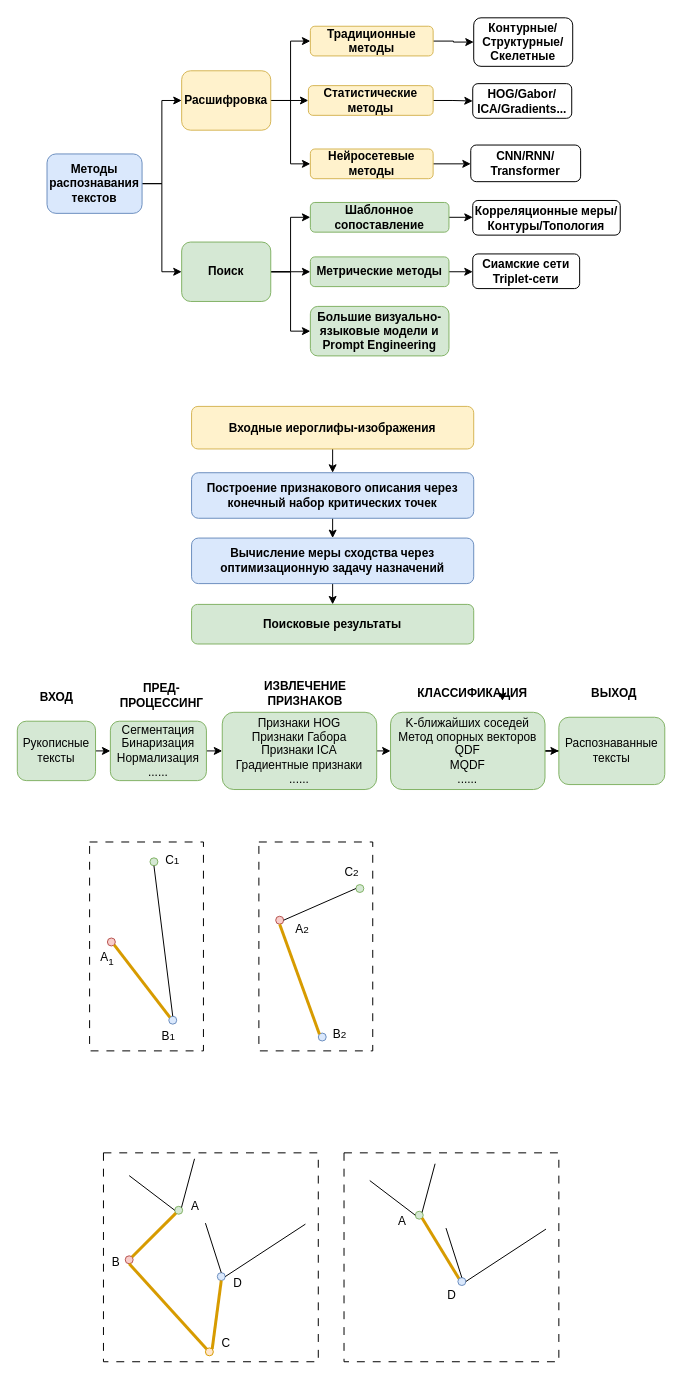
The draw.io diagram images/pics.drawio in mmmiiinnnggg/dissertation, before the edit. Source tidied: cells renumbered, new cells numbered last; positions are measured from the earlier drawing's top-left corner, leaving out a move shared by most shapes. Both pictures are drawn from the tidied source at 99%, with x=0, y=0 at pixel (17, 17).
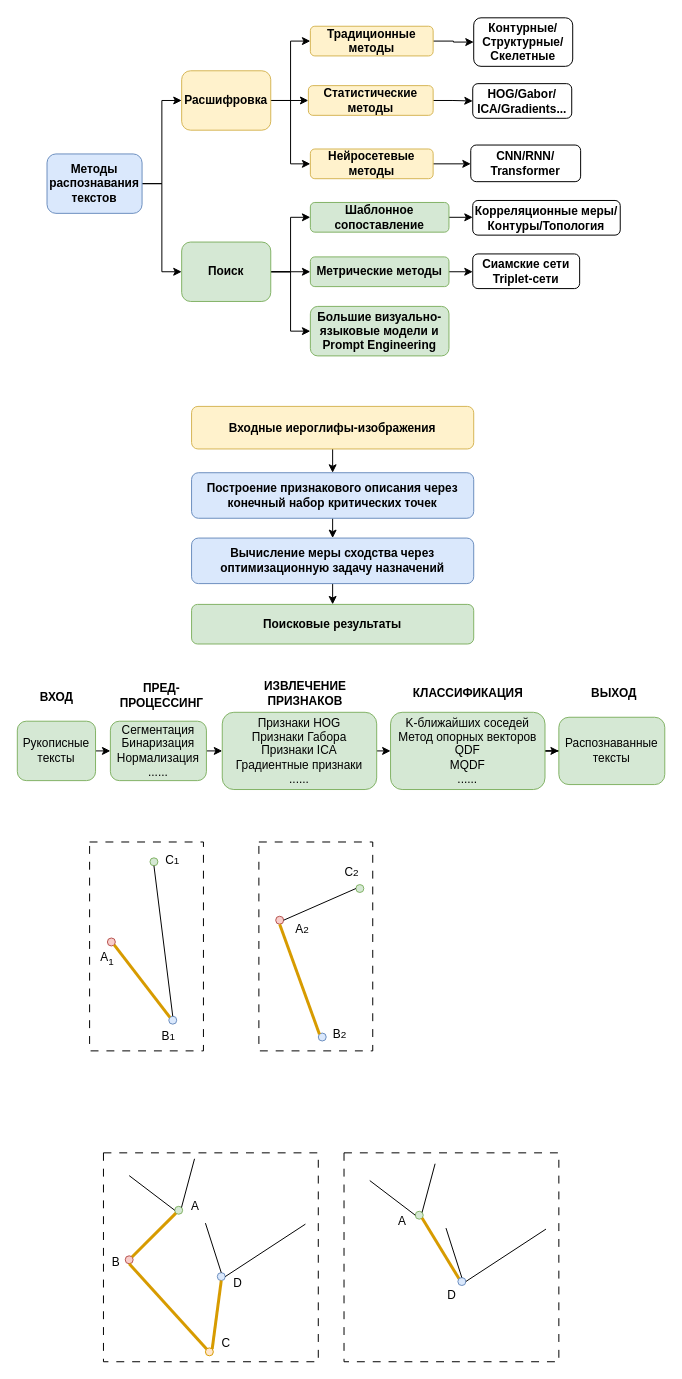
The same page after the edit.

The edit, as a diff of the source:
```diff
@@
     <mxCell id="52" value="КЛАССИФИКАЦИЯ" style="text;html=1;whiteSpace=wrap;strokeColor=none;fillColor=none;align=center;verticalAlign=middle;rounded=0;fontStyle=1;" parent="1" vertex="1">
-      <mxGeometry x="430" y="668" width="60" height="30" as="geometry" />
+      <mxGeometry x="410.5" y="665" width="89" height="35" as="geometry" />
     </mxCell>
@@
-    <mxCell id="54" style="edgeStyle=orthogonalEdgeStyle;rounded=0;orthogonalLoop=1;jettySize=auto;html=1;exitX=1;exitY=0.5;exitDx=0;exitDy=0;entryX=1;entryY=0.75;entryDx=0;entryDy=0;" parent="1" edge="1" source="52" target="52">
-      <mxGeometry relative="1" as="geometry" />
-    </mxCell>
```
